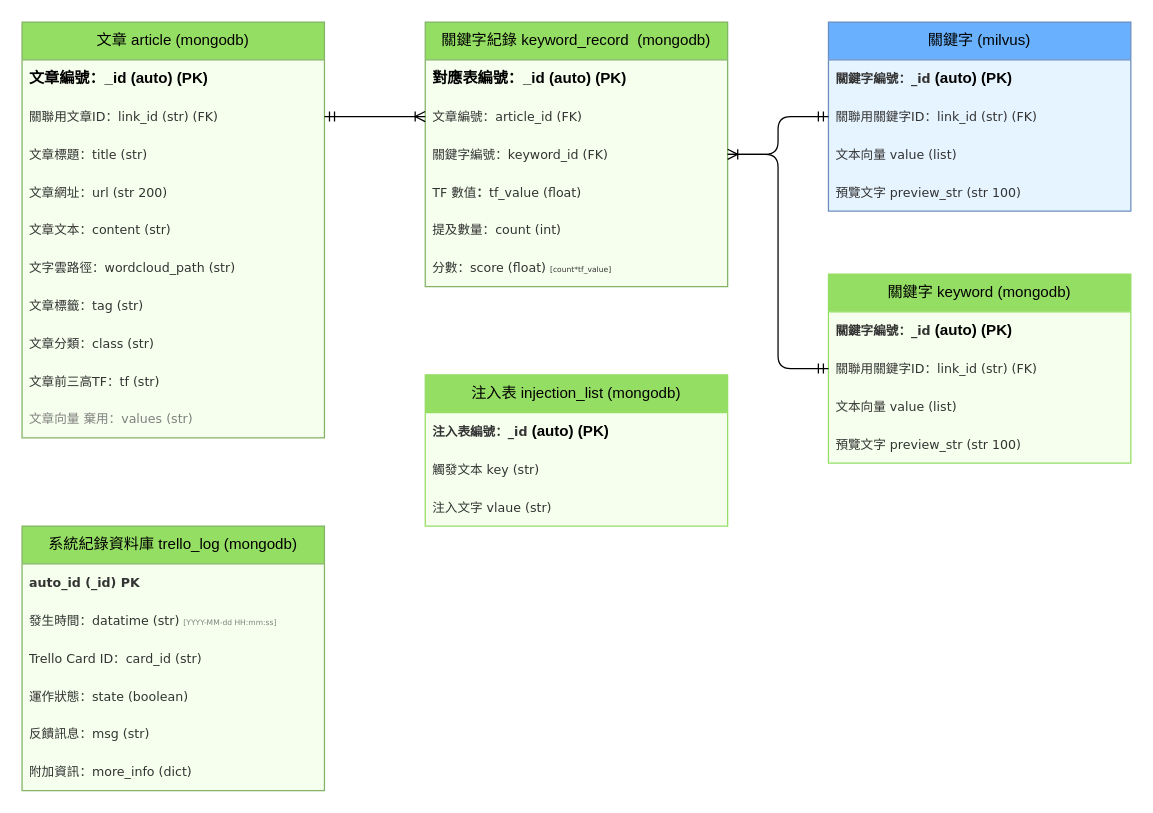
Earlier version of the draw.io diagram page "ER Model" (2 of 2) of docs/開發文本資料/Trello 系統流程設計圖.drawio (tony13382/202307_trello_finder). Source tidied: cells renumbered, new cells numbered last; positions are measured from the earlier drawing's top-left corner, leaving out a move shared by most shapes. Both pictures are drawn from the tidied source at 126%, with x=0, y=0 at pixel (21, 21).
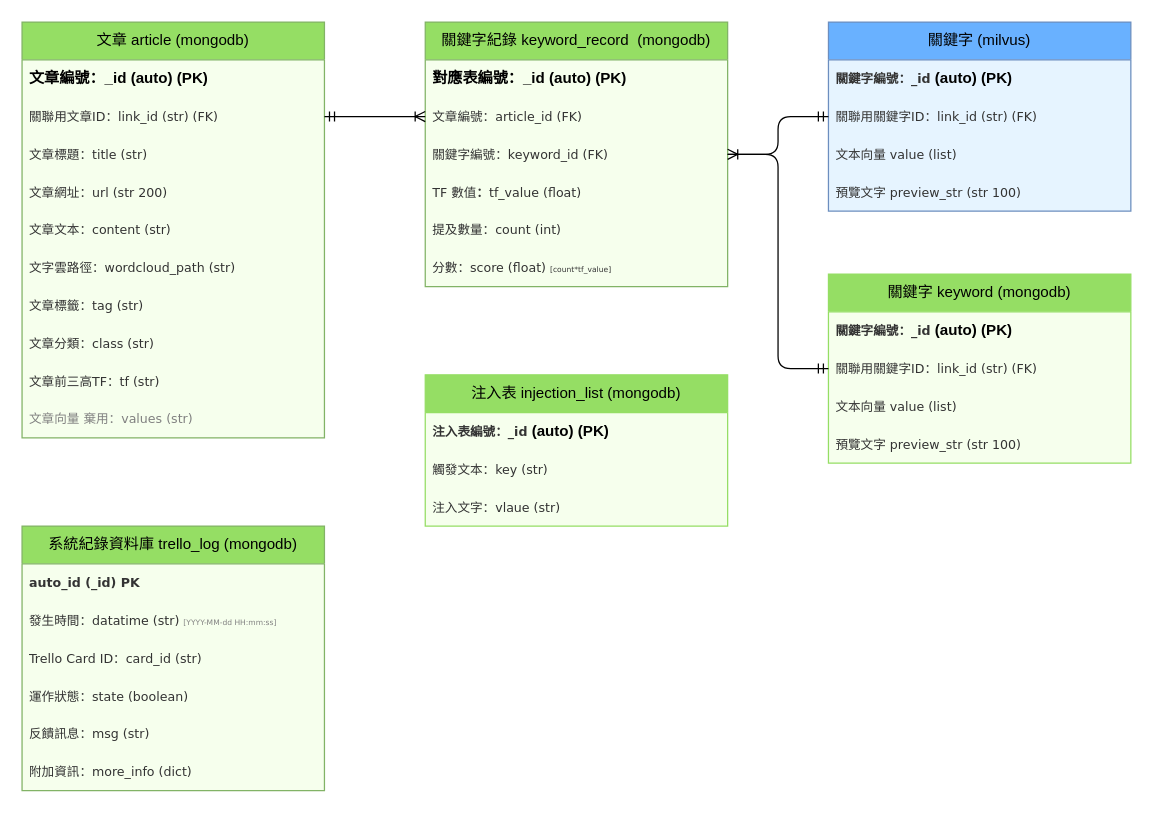
Above is the later version.

The change refers to these unchanged cells:
```xml
<mxCell id="40" value="注入表 injection_list (mongodb)" style="swimlane;fontStyle=0;horizontal=1;startSize=30;whiteSpace=wrap;html=1;fillColor=#95DE64;swimlaneFillColor=#F6FFED;strokeColor=#95DE64;" parent="1" vertex="1">
  <mxGeometry x="320" y="280" width="240" height="120" as="geometry" />
</mxCell>
```

What changed in the source:
```diff
@@
-    <mxCell id="42" value="&lt;font face=&quot;Verdana&quot; color=&quot;#333333&quot;&gt;&lt;span style=&quot;font-size: 10px;&quot;&gt;觸發文本 key (str)&lt;/span&gt;&lt;/font&gt;" style="text;strokeColor=none;fillColor=none;align=left;verticalAlign=middle;spacingLeft=4;spacingRight=4;overflow=hidden;whiteSpace=wrap;html=1;" parent="40" vertex="1">
+    <mxCell id="42" value="&lt;font face=&quot;Verdana&quot; color=&quot;#333333&quot;&gt;&lt;span style=&quot;font-size: 10px;&quot;&gt;觸發文本：key (str)&lt;/span&gt;&lt;/font&gt;" style="text;strokeColor=none;fillColor=none;align=left;verticalAlign=middle;spacingLeft=4;spacingRight=4;overflow=hidden;whiteSpace=wrap;html=1;" parent="40" vertex="1">
       <mxGeometry y="60" width="240" height="30" as="geometry" />
     </mxCell>
-    <mxCell id="43" value="&lt;font face=&quot;Verdana&quot; color=&quot;#333333&quot;&gt;&lt;span style=&quot;font-size: 10px;&quot;&gt;注入文字 vlaue (str)&lt;/span&gt;&lt;/font&gt;" style="text;strokeColor=none;fillColor=none;align=left;verticalAlign=middle;spacingLeft=4;spacingRight=4;overflow=hidden;whiteSpace=wrap;html=1;" parent="40" vertex="1">
+    <mxCell id="43" value="&lt;font face=&quot;Verdana&quot; color=&quot;#333333&quot;&gt;&lt;span style=&quot;font-size: 10px;&quot;&gt;注入文字：vlaue (str)&lt;/span&gt;&lt;/font&gt;" style="text;strokeColor=none;fillColor=none;align=left;verticalAlign=middle;spacingLeft=4;spacingRight=4;overflow=hidden;whiteSpace=wrap;html=1;" parent="40" vertex="1">
       <mxGeometry y="90" width="240" height="30" as="geometry" />
     </mxCell>
```
